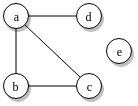
Earlier version of the draw.io export sesion02/img/diagram0.png (nohernan/Matematicas_Discretas). Source tidied: cells renumbered, new cells last; positions are measured from the earlier drawing's top-left corner, leaving out a move shared by most shapes.
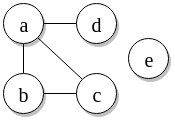
After the change.

The edit, as a diff of the source:
```diff
@@ -11,23 +11,23 @@
     <mxCell id="4" style="rounded=0;jettySize=auto;html=1;exitX=1;exitY=1;exitDx=0;exitDy=0;entryX=0;entryY=0;entryDx=0;entryDy=0;endArrow=none;endFill=0;strokeColor=#000000;" parent="1" edge="1" source="5" target="9">
       <mxGeometry relative="1" as="geometry" />
     </mxCell>
-    <mxCell id="5" value="&lt;span&gt;a&lt;/span&gt;" style="ellipse;whiteSpace=wrap;html=1;rounded=0;shadow=1;comic=0;labelBackgroundColor=none;strokeColor=#000000;strokeWidth=1;fillColor=#FFFFFF;fontFamily=Verdana;fontSize=12;fontColor=#000000;align=center;" parent="1" vertex="1">
-      <mxGeometry width="25" height="25" as="geometry" />
+    <mxCell id="5" value="&lt;span style=&quot;font-size: 20px;&quot;&gt;a&lt;/span&gt;" style="ellipse;whiteSpace=wrap;html=1;rounded=0;shadow=1;comic=0;labelBackgroundColor=none;strokeColor=#000000;strokeWidth=1;fillColor=#FFFFFF;fontFamily=Verdana;fontSize=20;fontColor=#000000;align=center;" parent="1" vertex="1">
+      <mxGeometry width="40" height="40" as="geometry" />
     </mxCell>
-    <mxCell id="6" value="&lt;span&gt;e&lt;br&gt;&lt;/span&gt;" style="ellipse;whiteSpace=wrap;html=1;rounded=0;shadow=1;comic=0;labelBackgroundColor=none;strokeColor=#000000;strokeWidth=1;fillColor=#FFFFFF;fontFamily=Verdana;fontSize=12;fontColor=#000000;align=center;" parent="1" vertex="1">
-      <mxGeometry x="103" y="35" width="25" height="25" as="geometry" />
+    <mxCell id="6" value="&lt;span style=&quot;font-size: 20px;&quot;&gt;e&lt;br style=&quot;font-size: 20px;&quot;&gt;&lt;/span&gt;" style="ellipse;whiteSpace=wrap;html=1;rounded=0;shadow=1;comic=0;labelBackgroundColor=none;strokeColor=#000000;strokeWidth=1;fillColor=#FFFFFF;fontFamily=Verdana;fontSize=20;fontColor=#000000;align=center;" parent="1" vertex="1">
+      <mxGeometry x="125" y="35" width="40" height="40" as="geometry" />
     </mxCell>
-    <mxCell id="7" value="&lt;span&gt;d&lt;/span&gt;" style="ellipse;whiteSpace=wrap;html=1;rounded=0;shadow=1;comic=0;labelBackgroundColor=none;strokeColor=#000000;strokeWidth=1;fillColor=#FFFFFF;fontFamily=Verdana;fontSize=12;fontColor=#000000;align=center;" parent="1" vertex="1">
-      <mxGeometry x="73" width="25" height="25" as="geometry" />
+    <mxCell id="7" value="&lt;span style=&quot;font-size: 20px;&quot;&gt;d&lt;/span&gt;" style="ellipse;whiteSpace=wrap;html=1;rounded=0;shadow=1;comic=0;labelBackgroundColor=none;strokeColor=#000000;strokeWidth=1;fillColor=#FFFFFF;fontFamily=Verdana;fontSize=20;fontColor=#000000;align=center;" parent="1" vertex="1">
+      <mxGeometry x="73" width="40" height="40" as="geometry" />
     </mxCell>
     <mxCell id="8" style="edgeStyle=none;rounded=1;html=1;labelBackgroundColor=none;startArrow=none;startFill=0;startSize=5;endArrow=none;endFill=0;endSize=5;jettySize=auto;strokeColor=#000000;strokeWidth=1;fontFamily=Verdana;fontSize=12;fontColor=#000000;" parent="1" edge="1" source="10" target="9">
       <mxGeometry relative="1" as="geometry" />
     </mxCell>
-    <mxCell id="9" value="c" style="ellipse;whiteSpace=wrap;html=1;rounded=0;shadow=1;comic=0;labelBackgroundColor=none;strokeColor=#000000;strokeWidth=1;fillColor=#FFFFFF;fontFamily=Verdana;fontSize=12;fontColor=#000000;align=center;" parent="1" vertex="1">
-      <mxGeometry x="73" y="70" width="25" height="25" as="geometry" />
+    <mxCell id="9" value="c" style="ellipse;whiteSpace=wrap;html=1;rounded=0;shadow=1;comic=0;labelBackgroundColor=none;strokeColor=#000000;strokeWidth=1;fillColor=#FFFFFF;fontFamily=Verdana;fontSize=20;fontColor=#000000;align=center;" parent="1" vertex="1">
+      <mxGeometry x="73" y="70" width="40" height="40" as="geometry" />
     </mxCell>
-    <mxCell id="10" value="&lt;span&gt;b&lt;br&gt;&lt;/span&gt;" style="ellipse;whiteSpace=wrap;html=1;rounded=0;shadow=1;comic=0;labelBackgroundColor=none;strokeColor=#000000;strokeWidth=1;fillColor=#FFFFFF;fontFamily=Verdana;fontSize=12;fontColor=#000000;align=center;" parent="1" vertex="1">
-      <mxGeometry y="70" width="25" height="25" as="geometry" />
+    <mxCell id="10" value="&lt;span style=&quot;font-size: 20px;&quot;&gt;b&lt;br style=&quot;font-size: 20px;&quot;&gt;&lt;/span&gt;" style="ellipse;whiteSpace=wrap;html=1;rounded=0;shadow=1;comic=0;labelBackgroundColor=none;strokeColor=#000000;strokeWidth=1;fillColor=#FFFFFF;fontFamily=Verdana;fontSize=20;fontColor=#000000;align=center;" parent="1" vertex="1">
+      <mxGeometry y="70" width="40" height="40" as="geometry" />
     </mxCell>
   </root>
 </mxGraphModel>
```
